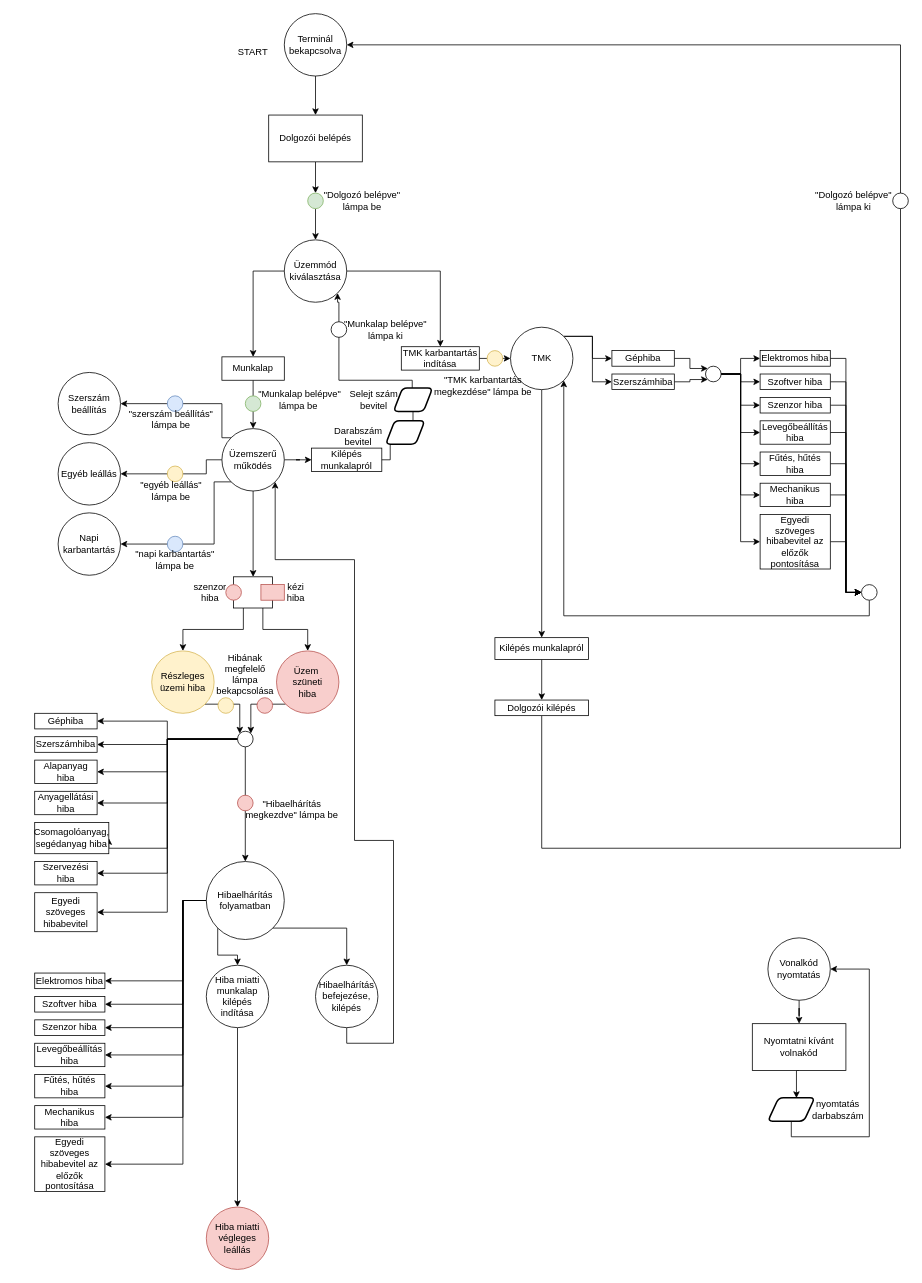
Earlier version of the draw.io diagram mesterminal_flowchart.drawio (KerteszZoltan/mesterminal). Source tidied: cells renumbered, new cells numbered last; positions are measured from the earlier drawing's top-left corner, leaving out a move shared by most shapes. Both pictures are drawn from the tidied source at 78%, with x=0, y=0 at pixel (34, 13).
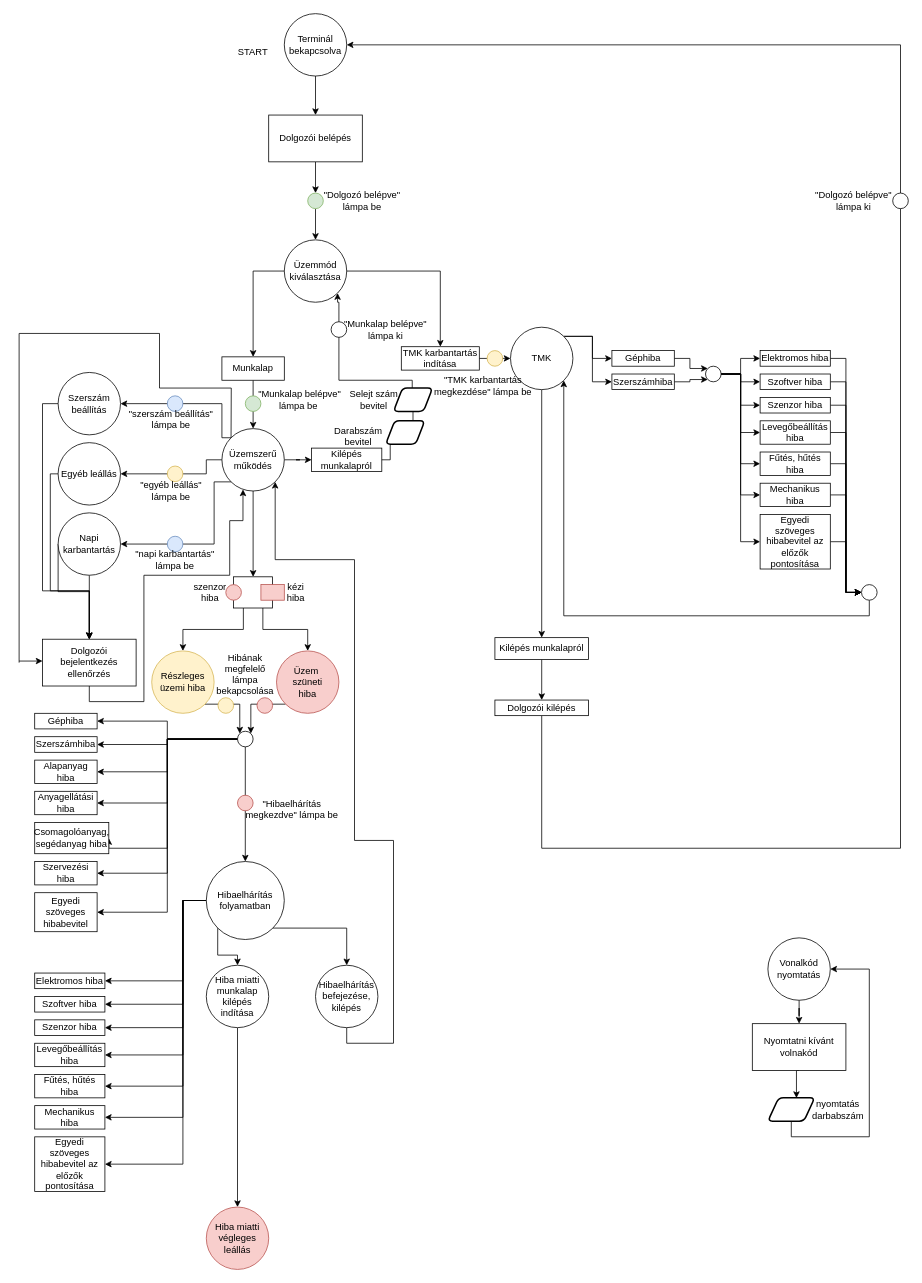
The same diagram, later.

Commit message:
flowchart for user auth

The change refers to these unchanged cells:
```xml
<mxCell id="61" value="Üzemszerű működés" style="ellipse;whiteSpace=wrap;html=1;" parent="1" vertex="1">
  <mxGeometry x="240" y="532" width="80" height="80" as="geometry" />
</mxCell>
<mxCell id="63" value="Szerszám beállítás" style="ellipse;whiteSpace=wrap;html=1;" parent="1" vertex="1">
  <mxGeometry x="30" y="460" width="80" height="80" as="geometry" />
</mxCell>
<mxCell id="64" value="Egyéb leállás" style="ellipse;whiteSpace=wrap;html=1;" parent="1" vertex="1">
  <mxGeometry x="30" y="550" width="80" height="80" as="geometry" />
</mxCell>
<mxCell id="65" value="Napi karbantartás" style="ellipse;whiteSpace=wrap;html=1;" parent="1" vertex="1">
  <mxGeometry x="30" y="640" width="80" height="80" as="geometry" />
</mxCell>
```

What changed in the source:
```diff
@@
+    <mxCell id="145" style="edgeStyle=orthogonalEdgeStyle;rounded=0;jettySize=auto;html=1;exitX=0;exitY=0.5;exitDx=0;exitDy=0;entryX=0.5;entryY=0;entryDx=0;entryDy=0;" parent="1" edge="1" source="63" target="150">
+      <mxGeometry relative="1" as="geometry">
+        <Array as="points">
+          <mxPoint x="10" y="500" />
+          <mxPoint x="10" y="740" />
+          <mxPoint x="70" y="740" />
+        </Array>
+      </mxGeometry>
+    </mxCell>
@@
+    <mxCell id="146" style="edgeStyle=orthogonalEdgeStyle;rounded=0;jettySize=auto;html=1;exitX=0;exitY=0.5;exitDx=0;exitDy=0;entryX=0.5;entryY=0;entryDx=0;entryDy=0;" parent="1" edge="1" source="64" target="150">
+      <mxGeometry relative="1" as="geometry">
+        <Array as="points">
+          <mxPoint x="20" y="590" />
+          <mxPoint x="20" y="740" />
+          <mxPoint x="70" y="740" />
+        </Array>
+      </mxGeometry>
+    </mxCell>
@@
+    <mxCell id="147" style="edgeStyle=orthogonalEdgeStyle;rounded=0;jettySize=auto;html=1;" parent="1" edge="1" source="65" target="150">
+      <mxGeometry relative="1" as="geometry">
+        <Array as="points">
+          <mxPoint x="70" y="780" />
+          <mxPoint x="70" y="780" />
+        </Array>
+      </mxGeometry>
+    </mxCell>
+    <mxCell id="148" style="edgeStyle=elbowEdgeStyle;rounded=0;jettySize=auto;elbow=vertical;html=1;exitX=0;exitY=0.5;exitDx=0;exitDy=0;entryX=0.5;entryY=0;entryDx=0;entryDy=0;" parent="1" edge="1" source="65" target="150">
+      <mxGeometry relative="1" as="geometry" />
+    </mxCell>
@@
+    <mxCell id="149" style="edgeStyle=orthogonalEdgeStyle;rounded=0;jettySize=auto;html=1;exitX=0.5;exitY=1;exitDx=0;exitDy=0;entryX=0.338;entryY=0.975;entryDx=0;entryDy=0;entryPerimeter=0;" parent="1" edge="1" source="150" target="61">
+      <mxGeometry relative="1" as="geometry">
+        <Array as="points">
+          <mxPoint x="70" y="882" />
+          <mxPoint x="140" y="882" />
+          <mxPoint x="140" y="720" />
+          <mxPoint x="250" y="720" />
+          <mxPoint x="250" y="650" />
+          <mxPoint x="267" y="650" />
+        </Array>
+      </mxGeometry>
+    </mxCell>
+    <mxCell id="150" value="Dolgozói bejelentkezés ellenőrzés" style="rounded=0;whiteSpace=wrap;html=1;" parent="1" vertex="1">
+      <mxGeometry x="10" y="802" width="120" height="60" as="geometry" />
+    </mxCell>
+    <mxCell id="151" style="endArrow=none;html=1;" parent="1" edge="1">
+      <mxGeometry relative="1" as="geometry">
+        <mxPoint x="-20" y="832" as="sourcePoint" />
+        <mxPoint x="-20" y="410" as="targetPoint" />
+      </mxGeometry>
+    </mxCell>
+    <mxCell id="152" style="endArrow=classic;html=1;" parent="1" edge="1">
+      <mxGeometry relative="1" as="geometry">
+        <mxPoint x="-20" y="830" as="sourcePoint" />
+        <mxPoint x="10" y="830" as="targetPoint" />
+      </mxGeometry>
+    </mxCell>
+    <mxCell id="153" style="endArrow=none;html=1;exitX=0;exitY=0;exitDx=0;exitDy=0;" parent="1" edge="1" source="61">
+      <mxGeometry relative="1" as="geometry">
+        <mxPoint x="252" y="480" as="targetPoint" />
+      </mxGeometry>
+    </mxCell>
+    <mxCell id="154" style="endArrow=none;html=1;" parent="1" edge="1">
+      <mxGeometry relative="1" as="geometry">
+        <mxPoint x="252" y="480" as="sourcePoint" />
+        <mxPoint x="160" y="480" as="targetPoint" />
+      </mxGeometry>
+    </mxCell>
+    <mxCell id="155" style="endArrow=none;html=1;" parent="1" edge="1">
+      <mxGeometry relative="1" as="geometry">
+        <mxPoint x="-20" y="410" as="sourcePoint" />
+        <mxPoint x="160" y="410" as="targetPoint" />
+      </mxGeometry>
+    </mxCell>
+    <mxCell id="156" style="endArrow=none;html=1;" parent="1" edge="1">
+      <mxGeometry relative="1" as="geometry">
+        <mxPoint x="160" y="410" as="sourcePoint" />
+        <mxPoint x="160" y="480" as="targetPoint" />
+      </mxGeometry>
+    </mxCell>
```
